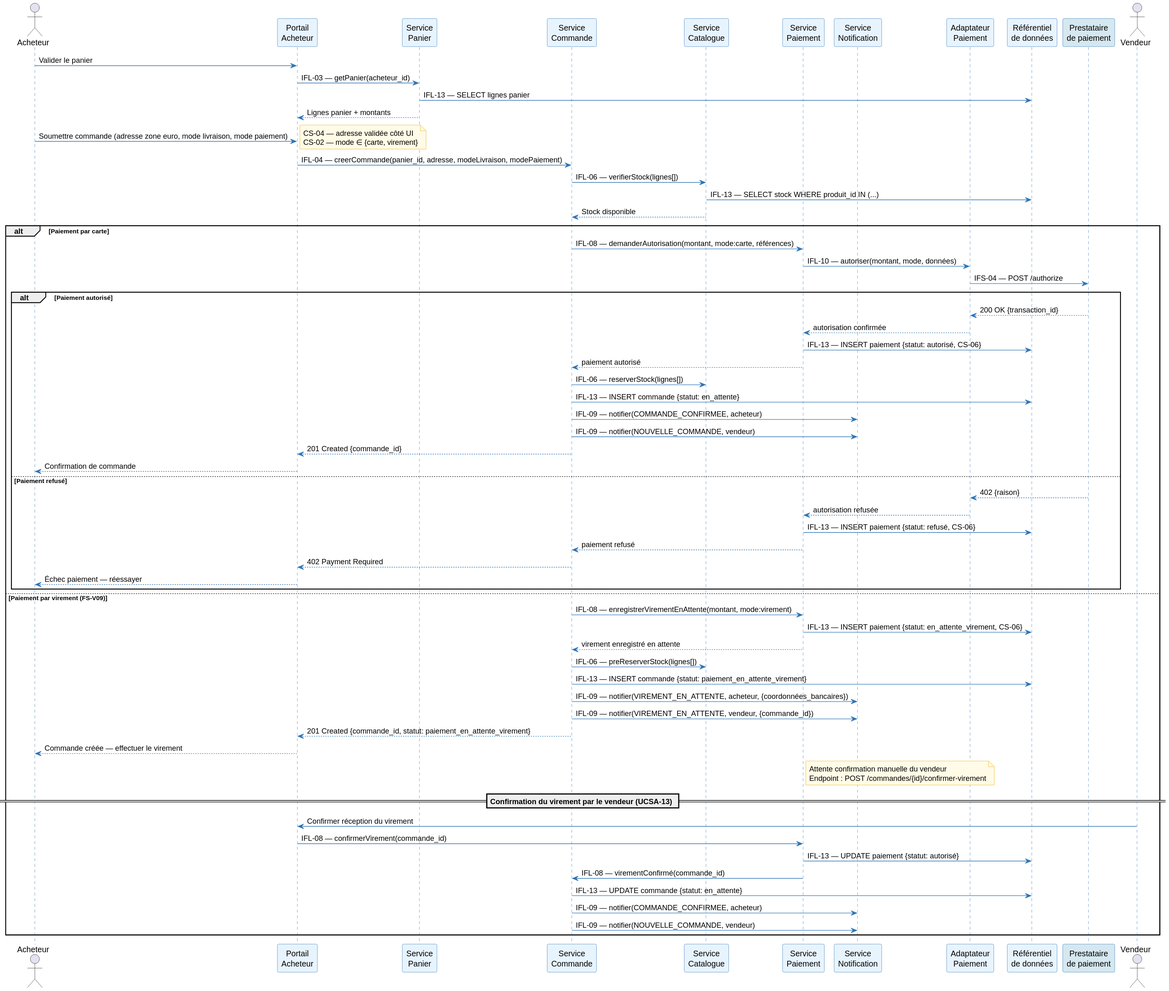
The PlantUML diagram architecture/03-logical-architecture/diagrams/la-seq-commande.svg in louistalvande/online_shop, before a commit.
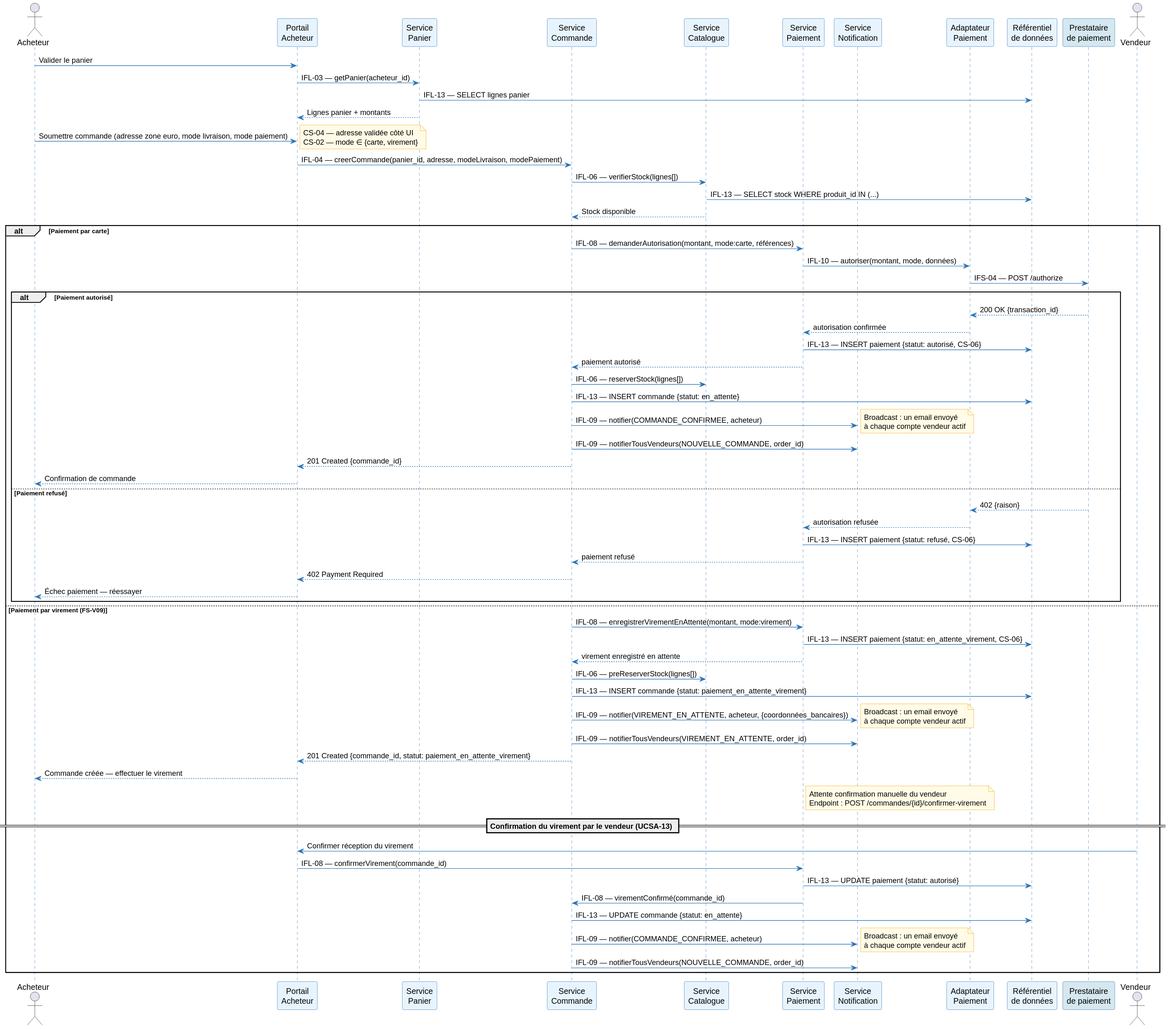
Later version of the same file.

The edit, as a diff of the source:
```diff
@@ -44,7 +44,8 @@
     SvcOrder -> SvcCatalog : IFL-06 — reserverStock(lignes[])
     SvcOrder -> DB : IFL-13 — INSERT commande {statut: en_attente}
     SvcOrder -> SvcNotif : IFL-09 — notifier(COMMANDE_CONFIRMEE, acheteur)
-    SvcOrder -> SvcNotif : IFL-09 — notifier(NOUVELLE_COMMANDE, vendeur)
+    note right : Broadcast : un email envoyé\nà chaque compte vendeur actif
+    SvcOrder -> SvcNotif : IFL-09 — notifierTousVendeurs(NOUVELLE_COMMANDE, order_id)
     SvcOrder --> UI : 201 Created {commande_id}
     UI --> Buyer : Confirmation de commande
 
@@ -64,7 +65,8 @@
   SvcOrder -> SvcCatalog : IFL-06 — preReserverStock(lignes[])
   SvcOrder -> DB : IFL-13 — INSERT commande {statut: paiement_en_attente_virement}
   SvcOrder -> SvcNotif : IFL-09 — notifier(VIREMENT_EN_ATTENTE, acheteur, {coordonnées_bancaires})
-  SvcOrder -> SvcNotif : IFL-09 — notifier(VIREMENT_EN_ATTENTE, vendeur, {commande_id})
+  note right : Broadcast : un email envoyé\nà chaque compte vendeur actif
+  SvcOrder -> SvcNotif : IFL-09 — notifierTousVendeurs(VIREMENT_EN_ATTENTE, order_id)
   SvcOrder --> UI : 201 Created {commande_id, statut: paiement_en_attente_virement}
   UI --> Buyer : Commande créée — effectuer le virement
 
@@ -81,6 +83,7 @@
   SvcPayment -> SvcOrder : IFL-08 — virementConfirmé(commande_id)
   SvcOrder -> DB : IFL-13 — UPDATE commande {statut: en_attente}
   SvcOrder -> SvcNotif : IFL-09 — notifier(COMMANDE_CONFIRMEE, acheteur)
-  SvcOrder -> SvcNotif : IFL-09 — notifier(NOUVELLE_COMMANDE, vendeur)
+  note right : Broadcast : un email envoyé\nà chaque compte vendeur actif
+  SvcOrder -> SvcNotif : IFL-09 — notifierTousVendeurs(NOUVELLE_COMMANDE, order_id)
 end
 @enduml
```
